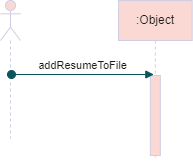
Earlier version of the draw.io export Diagrams/FileHandlerSequenceDiagram.png (alishakhalid/AcceptanceRate-Calculator). Source tidied: cells renumbered, new cells last; positions are measured from the earlier drawing's top-left corner, leaving out a move shared by most shapes.
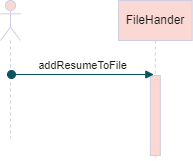
The same diagram one commit later.

Commit message:
added correct path to sequence diagram

What changed in the source:
```diff
@@ -5,7 +5,7 @@
     <mxCell id="2" style="shape=umlLifeline;participant=umlActor;perimeter=lifelinePerimeter;whiteSpace=wrap;html=1;verticalAlign=top;spacingTop=36;rounded=0;sketch=0;fontColor=#1A1A1A;strokeColor=#D0CEE2;fillColor=#FAD9D5;" parent="1" vertex="1">
       <mxGeometry width="20" height="138" as="geometry" />
     </mxCell>
-    <mxCell id="3" value=":Object" style="shape=umlLifeline;perimeter=lifelinePerimeter;whiteSpace=wrap;html=1;rounded=0;sketch=0;fontColor=#1A1A1A;strokeColor=#D0CEE2;fillColor=#FAD9D5;" parent="1" vertex="1">
+    <mxCell id="3" value="FileHander" style="shape=umlLifeline;perimeter=lifelinePerimeter;whiteSpace=wrap;html=1;rounded=0;sketch=0;fontColor=#1A1A1A;strokeColor=#D0CEE2;fillColor=#FAD9D5;" parent="1" vertex="1">
       <mxGeometry x="118" width="73.7" height="160" as="geometry" />
     </mxCell>
     <mxCell id="4" style="html=1;perimeter=orthogonalPerimeter;rounded=0;sketch=0;fontColor=#1A1A1A;strokeColor=#D0CEE2;fillColor=#FAD9D5;" parent="3" vertex="1">
```
